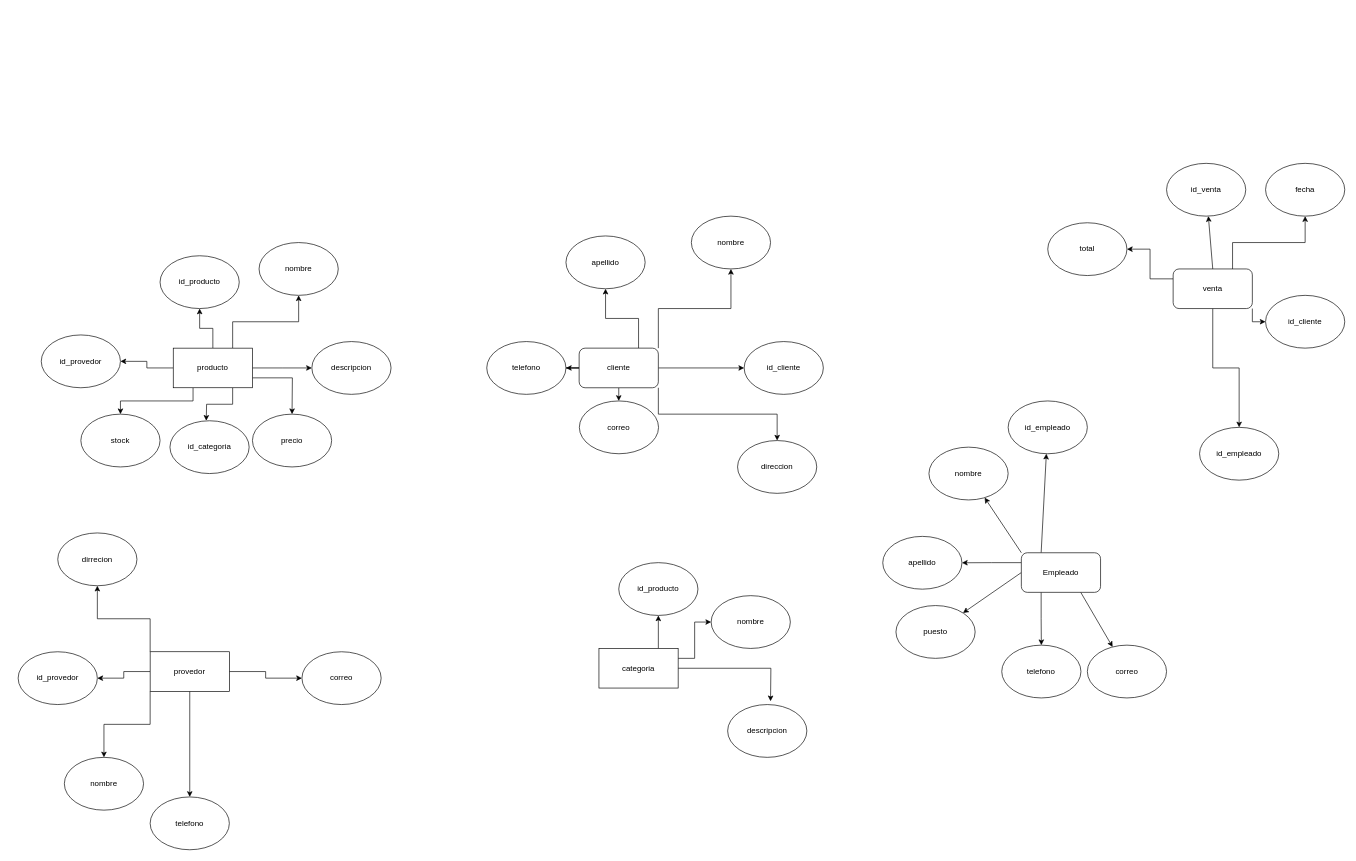
Earlier version of the draw.io diagram proyecto 2.drawio (Rey24179/proyecto_db_2). Source tidied: cells renumbered, new cells numbered last; positions are measured from the earlier drawing's top-left corner, leaving out a move shared by most shapes. Both pictures are drawn from the tidied source at 66%, with x=0, y=0 at pixel (18, 163).
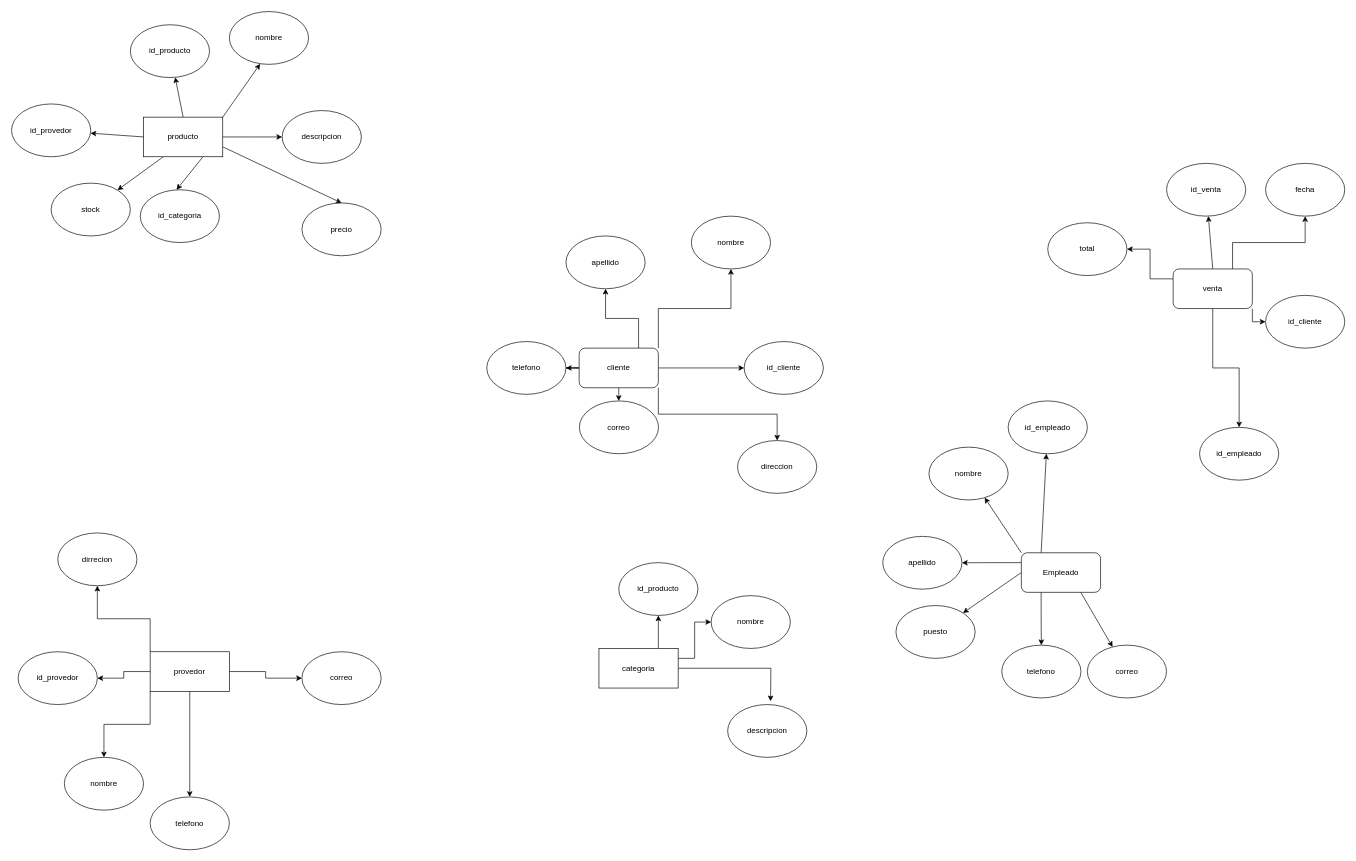
After the change.

Commit message:
cambios der

Change to the diagram source:
```diff
@@
-    <mxCell id="20" style="edgeStyle=orthogonalEdgeStyle;rounded=0;jettySize=auto;html=1;exitX=0.5;exitY=0;exitDx=0;exitDy=0;" parent="1" edge="1" source="27" target="28">
+    <mxCell id="20" style="rounded=0;jettySize=auto;html=1;exitX=0.5;exitY=0;exitDx=0;exitDy=0;" parent="1" edge="1" source="27" target="28">
       <mxGeometry relative="1" as="geometry" />
     </mxCell>
-    <mxCell id="21" style="edgeStyle=orthogonalEdgeStyle;rounded=0;jettySize=auto;html=1;exitX=0.75;exitY=0;exitDx=0;exitDy=0;" parent="1" edge="1" source="27" target="29">
-      <mxGeometry relative="1" as="geometry" />
-    </mxCell>
     <mxCell id="22" style="edgeStyle=orthogonalEdgeStyle;rounded=0;jettySize=auto;html=1;exitX=1;exitY=0.5;exitDx=0;exitDy=0;" parent="1" edge="1" source="27">
       <mxGeometry relative="1" as="geometry">
-        <mxPoint x="445" y="310" as="targetPoint" />
+        <mxPoint x="400" y="-40" as="targetPoint" />
       </mxGeometry>
     </mxCell>
-    <mxCell id="23" style="edgeStyle=orthogonalEdgeStyle;rounded=0;jettySize=auto;html=1;exitX=1;exitY=0.75;exitDx=0;exitDy=0;" parent="1" edge="1" source="27">
-      <mxGeometry relative="1" as="geometry">
-        <mxPoint x="415" y="380" as="targetPoint" />
-      </mxGeometry>
+    <mxCell id="23" style="rounded=0;jettySize=auto;html=1;exitX=1;exitY=0.75;exitDx=0;exitDy=0;entryX=0.5;entryY=0;entryDx=0;entryDy=0;" parent="1" edge="1" source="27" target="31">
+      <mxGeometry relative="1" as="geometry" />
     </mxCell>
-    <mxCell id="24" style="edgeStyle=orthogonalEdgeStyle;rounded=0;jettySize=auto;html=1;exitX=0.25;exitY=1;exitDx=0;exitDy=0;" parent="1" edge="1" source="27" target="32">
+    <mxCell id="24" style="rounded=0;jettySize=auto;html=1;exitX=0.25;exitY=1;exitDx=0;exitDy=0;" parent="1" edge="1" source="27" target="32">
       <mxGeometry relative="1" as="geometry" />
     </mxCell>
-    <mxCell id="25" style="edgeStyle=orthogonalEdgeStyle;rounded=0;jettySize=auto;html=1;exitX=0.75;exitY=1;exitDx=0;exitDy=0;" parent="1" edge="1" source="27">
+    <mxCell id="25" style="rounded=0;jettySize=auto;html=1;exitX=0.75;exitY=1;exitDx=0;exitDy=0;" parent="1" edge="1" source="27">
       <mxGeometry relative="1" as="geometry">
-        <mxPoint x="285" y="390" as="targetPoint" />
+        <mxPoint x="240" y="40" as="targetPoint" />
       </mxGeometry>
     </mxCell>
-    <mxCell id="26" style="edgeStyle=orthogonalEdgeStyle;rounded=0;jettySize=auto;html=1;exitX=0;exitY=0.5;exitDx=0;exitDy=0;" parent="1" edge="1" source="27" target="34">
+    <mxCell id="26" style="rounded=0;jettySize=auto;html=1;exitX=0;exitY=0.5;exitDx=0;exitDy=0;curved=0;" parent="1" edge="1" source="27" target="34">
       <mxGeometry relative="1" as="geometry" />
     </mxCell>
     <mxCell id="27" value="producto" style="rounded=0;whiteSpace=wrap;html=1;" parent="1" vertex="1">
-      <mxGeometry x="235" y="280" width="120" height="60" as="geometry" />
+      <mxGeometry x="190" y="-70" width="120" height="60" as="geometry" />
     </mxCell>
     <mxCell id="28" value="id_producto" style="ellipse;whiteSpace=wrap;html=1;" parent="1" vertex="1">
-      <mxGeometry x="215" y="140" width="120" height="80" as="geometry" />
+      <mxGeometry x="170" y="-210" width="120" height="80" as="geometry" />
     </mxCell>
     <mxCell id="29" value="nombre" style="ellipse;whiteSpace=wrap;html=1;" parent="1" vertex="1">
-      <mxGeometry x="365" y="120" width="120" height="80" as="geometry" />
+      <mxGeometry x="320" y="-230" width="120" height="80" as="geometry" />
     </mxCell>
     <mxCell id="30" value="descripcion" style="ellipse;whiteSpace=wrap;html=1;" parent="1" vertex="1">
-      <mxGeometry x="445" y="270" width="120" height="80" as="geometry" />
+      <mxGeometry x="400" y="-80" width="120" height="80" as="geometry" />
     </mxCell>
     <mxCell id="31" value="precio" style="ellipse;whiteSpace=wrap;html=1;" parent="1" vertex="1">
-      <mxGeometry x="355" y="380" width="120" height="80" as="geometry" />
+      <mxGeometry x="430" y="60" width="120" height="80" as="geometry" />
     </mxCell>
     <mxCell id="32" value="stock" style="ellipse;whiteSpace=wrap;html=1;" parent="1" vertex="1">
-      <mxGeometry x="95" y="380" width="120" height="80" as="geometry" />
+      <mxGeometry x="50" y="30" width="120" height="80" as="geometry" />
     </mxCell>
     <mxCell id="33" value="id_categoria" style="ellipse;whiteSpace=wrap;html=1;" parent="1" vertex="1">
-      <mxGeometry x="230" y="390" width="120" height="80" as="geometry" />
+      <mxGeometry x="185" y="40" width="120" height="80" as="geometry" />
     </mxCell>
     <mxCell id="34" value="id_provedor" style="ellipse;whiteSpace=wrap;html=1;" parent="1" vertex="1">
-      <mxGeometry x="35" y="260" width="120" height="80" as="geometry" />
+      <mxGeometry x="-10" y="-90" width="120" height="80" as="geometry" />
     </mxCell>
@@
+    <mxCell id="21" style="rounded=0;jettySize=auto;html=1;exitX=1;exitY=0;exitDx=0;exitDy=0;entryX=0.389;entryY=0.991;entryDx=0;entryDy=0;entryPerimeter=0;" parent="1" edge="1" source="27" target="29">
+      <mxGeometry relative="1" as="geometry" />
+    </mxCell>
```
